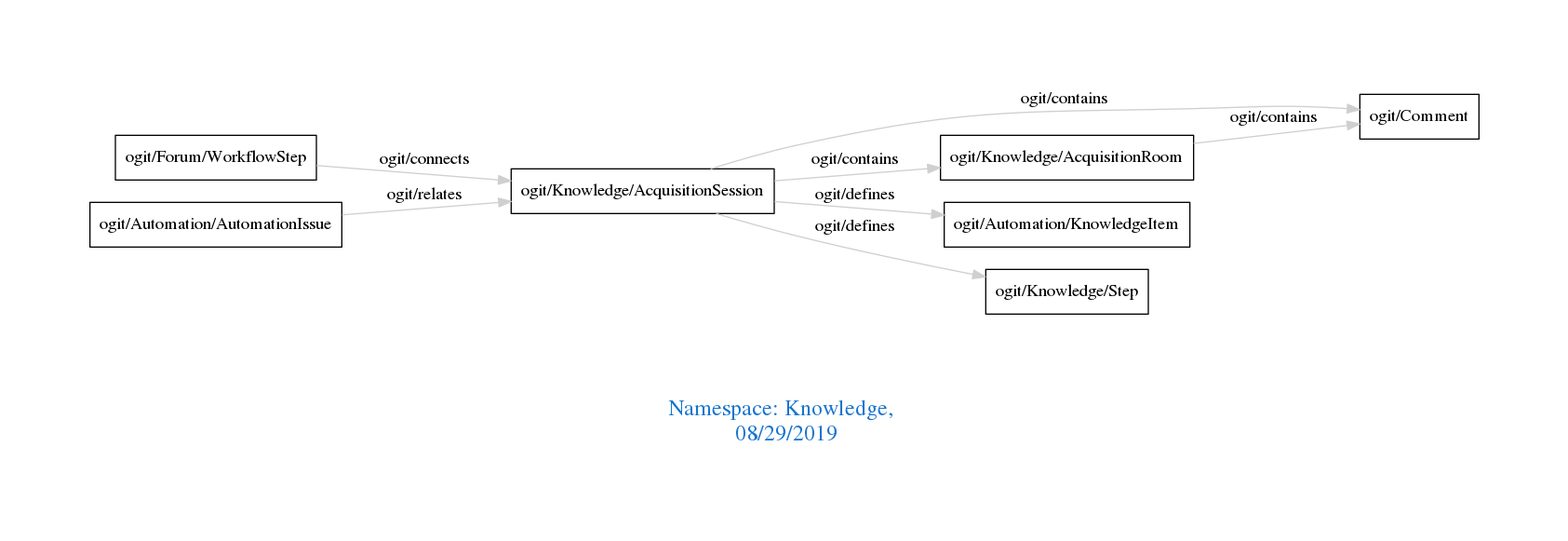
The Graphviz diagram downloads/Knowledge.png in arago/OGIT, before a commit. Its source is kept beside it as downloads/Knowledge.dot.
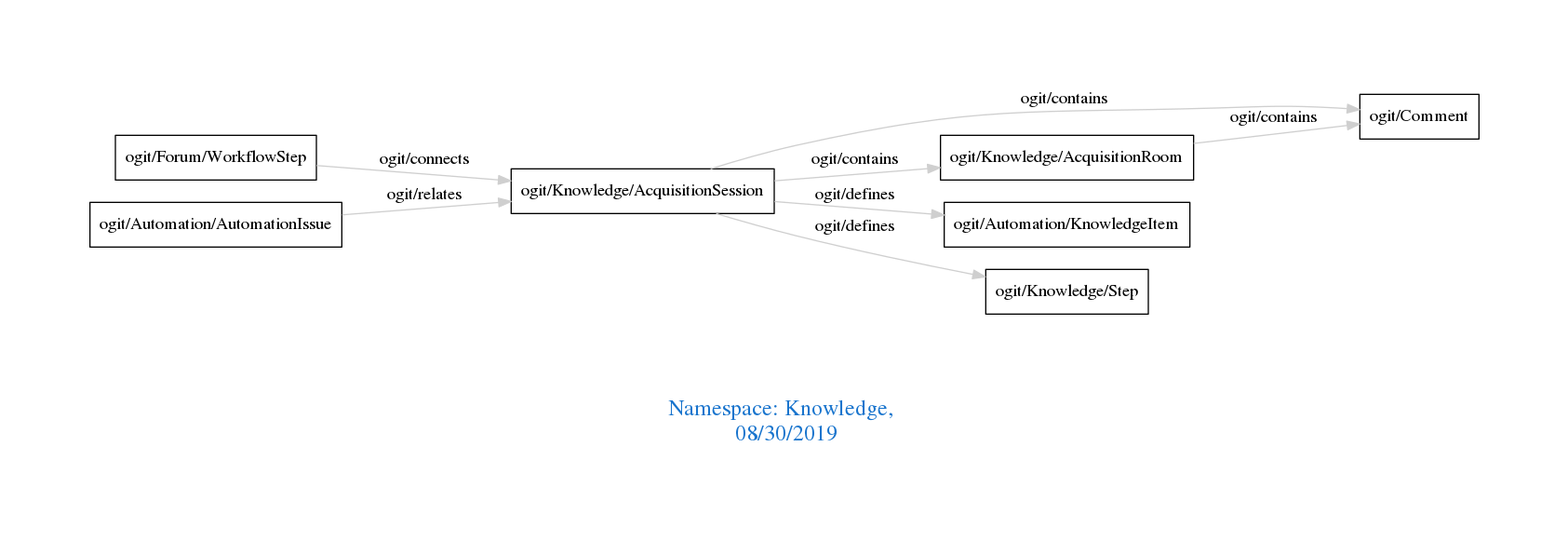
Above is the later version.

Change to the diagram source:
```diff
@@ -1,7 +1,7 @@
 digraph OGIT_ontology {
  graph [ rankdir= LR,pad=1
 fontsize = 18,
-fontcolor= dodgerblue3,label = "\n\n\nNamespace: Knowledge, \n 08/29/2019"];
+fontcolor= dodgerblue3,label = "\n\n\nNamespace: Knowledge, \n 08/30/2019"];
 node[shape=polygon];
 edge [  color="gray81"];
 
```
